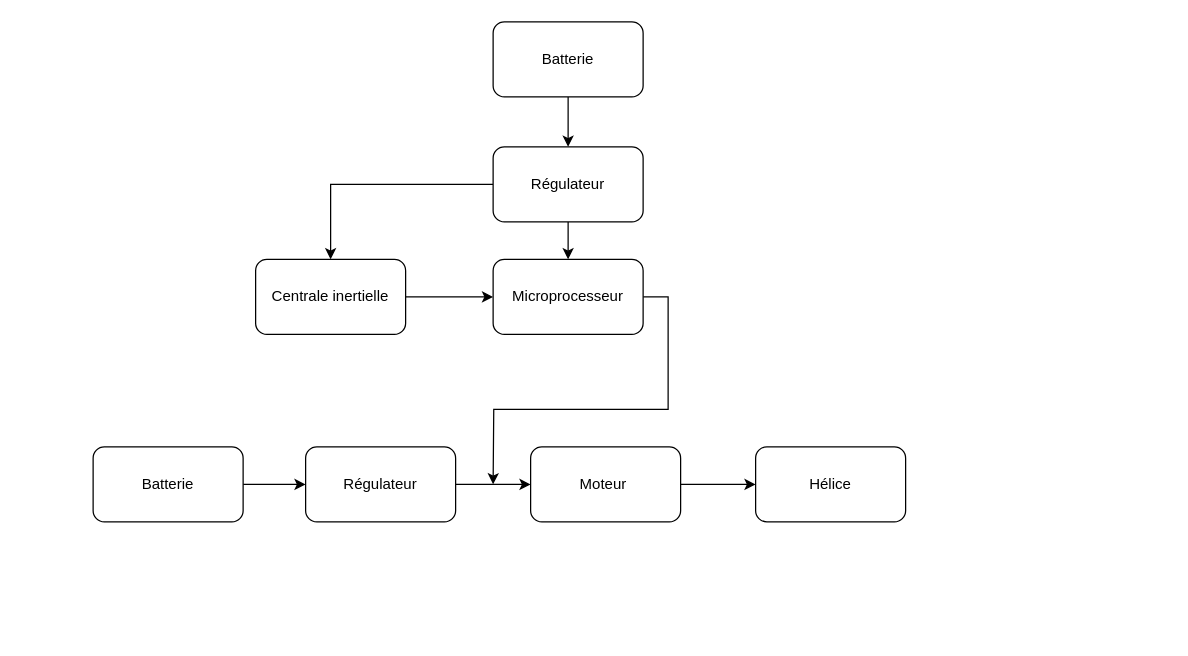
Before: Diagramme sans nom.drawio in 0reoAurelien/projet-hovercraft, a draw.io diagram. Source tidied: cells renumbered, new cells numbered last; positions are measured from the earlier drawing's top-left corner, leaving out a move shared by most shapes. Both pictures are drawn from the tidied source at 125%, with x=0, y=0 at pixel (92, 21).
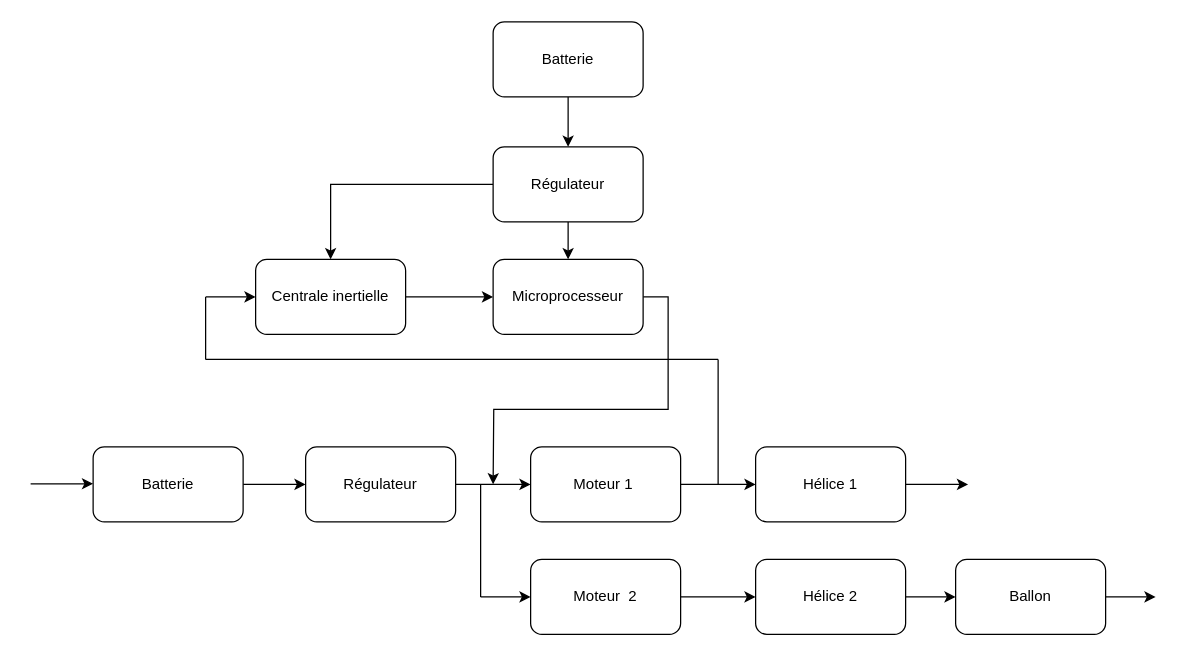
After the change.

The change refers to these unchanged cells:
```xml
<mxCell id="13" value="Régulateur" style="rounded=1;whiteSpace=wrap;html=1;" parent="1" vertex="1">
  <mxGeometry x="170" y="340" width="120" height="60" as="geometry" />
</mxCell>
```

Diff of the diagram source:
```diff
@@
-    <mxCell id="3" value="Moteur&amp;nbsp;" style="rounded=1;whiteSpace=wrap;html=1;" parent="1" vertex="1">
+    <mxCell id="3" value="Moteur 1&amp;nbsp;" style="rounded=1;whiteSpace=wrap;html=1;" parent="1" vertex="1">
       <mxGeometry x="350" y="340" width="120" height="60" as="geometry" />
     </mxCell>
@@
+    <mxCell id="18" style="edgeStyle=orthogonalEdgeStyle;rounded=0;jettySize=auto;html=1;exitX=1;exitY=0.5;exitDx=0;exitDy=0;" parent="1" edge="1" source="8">
+      <mxGeometry relative="1" as="geometry">
+        <mxPoint x="700" y="370" as="targetPoint" />
+      </mxGeometry>
+    </mxCell>
-    <mxCell id="8" value="Hélice" style="rounded=1;whiteSpace=wrap;html=1;" parent="1" vertex="1">
+    <mxCell id="8" value="Hélice 1" style="rounded=1;whiteSpace=wrap;html=1;" parent="1" vertex="1">
       <mxGeometry x="530" y="340" width="120" height="60" as="geometry" />
     </mxCell>
@@
     <mxCell id="12" style="edgeStyle=orthogonalEdgeStyle;rounded=0;jettySize=auto;html=1;exitX=1;exitY=0.5;exitDx=0;exitDy=0;entryX=0;entryY=0.5;entryDx=0;entryDy=0;" parent="1" edge="1" source="13" target="3">
-      <mxGeometry relative="1" as="geometry" />
+      <mxGeometry relative="1" as="geometry">
+        <Array as="points">
+          <mxPoint x="310" y="370" />
+          <mxPoint x="310" y="370" />
+        </Array>
+      </mxGeometry>
     </mxCell>
@@
+    <mxCell id="19" style="endArrow=classic;html=1;rounded=0;" parent="1" edge="1">
+      <mxGeometry relative="1" as="geometry">
+        <mxPoint x="90" y="220" as="sourcePoint" />
+        <mxPoint x="130" y="220" as="targetPoint" />
+      </mxGeometry>
+    </mxCell>
+    <mxCell id="20" style="endArrow=none;html=1;rounded=0;" parent="1" edge="1">
+      <mxGeometry relative="1" as="geometry">
+        <mxPoint x="90" y="270" as="sourcePoint" />
+        <mxPoint x="90" y="220" as="targetPoint" />
+      </mxGeometry>
+    </mxCell>
+    <mxCell id="21" style="endArrow=none;html=1;rounded=0;" parent="1" edge="1">
+      <mxGeometry relative="1" as="geometry">
+        <mxPoint x="90" y="270" as="sourcePoint" />
+        <mxPoint x="500" y="270" as="targetPoint" />
+      </mxGeometry>
+    </mxCell>
+    <mxCell id="22" style="endArrow=none;html=1;rounded=0;" parent="1" edge="1">
+      <mxGeometry relative="1" as="geometry">
+        <mxPoint x="500" y="370" as="sourcePoint" />
+        <mxPoint x="500" y="270" as="targetPoint" />
+      </mxGeometry>
+    </mxCell>
+    <mxCell id="23" style="endArrow=classic;html=1;rounded=0;" parent="1" edge="1">
+      <mxGeometry relative="1" as="geometry">
+        <mxPoint x="-50" y="369.5" as="sourcePoint" />
+        <mxPoint y="369.5" as="targetPoint" />
+      </mxGeometry>
+    </mxCell>
+    <mxCell id="24" style="edgeStyle=orthogonalEdgeStyle;rounded=0;jettySize=auto;html=1;exitX=1;exitY=0.5;exitDx=0;exitDy=0;entryX=0;entryY=0.5;entryDx=0;entryDy=0;" parent="1" edge="1" source="25" target="27">
+      <mxGeometry relative="1" as="geometry" />
+    </mxCell>
+    <mxCell id="25" value="Moteur &amp;nbsp;2" style="rounded=1;whiteSpace=wrap;html=1;" parent="1" vertex="1">
+      <mxGeometry x="350" y="430" width="120" height="60" as="geometry" />
+    </mxCell>
+    <mxCell id="26" style="edgeStyle=orthogonalEdgeStyle;rounded=0;jettySize=auto;html=1;exitX=1;exitY=0.5;exitDx=0;exitDy=0;entryX=0;entryY=0.5;entryDx=0;entryDy=0;" parent="1" edge="1" source="27" target="29">
+      <mxGeometry relative="1" as="geometry" />
+    </mxCell>
+    <mxCell id="27" value="Hélice 2" style="rounded=1;whiteSpace=wrap;html=1;" parent="1" vertex="1">
+      <mxGeometry x="530" y="430" width="120" height="60" as="geometry" />
+    </mxCell>
+    <mxCell id="28" style="edgeStyle=orthogonalEdgeStyle;rounded=0;jettySize=auto;html=1;exitX=1;exitY=0.5;exitDx=0;exitDy=0;" parent="1" edge="1" source="29">
+      <mxGeometry relative="1" as="geometry">
+        <mxPoint x="850" y="460" as="targetPoint" />
+      </mxGeometry>
+    </mxCell>
+    <mxCell id="29" value="Ballon" style="rounded=1;whiteSpace=wrap;html=1;" parent="1" vertex="1">
+      <mxGeometry x="690" y="430" width="120" height="60" as="geometry" />
+    </mxCell>
+    <mxCell id="30" style="endArrow=classic;html=1;rounded=0;" parent="1" edge="1">
+      <mxGeometry relative="1" as="geometry">
+        <mxPoint x="310" y="460" as="sourcePoint" />
+        <mxPoint x="350" y="460" as="targetPoint" />
+      </mxGeometry>
+    </mxCell>
+    <mxCell id="31" style="endArrow=none;html=1;rounded=0;" parent="1" edge="1">
+      <mxGeometry relative="1" as="geometry">
+        <mxPoint x="310" y="460" as="sourcePoint" />
+        <mxPoint x="310" y="370" as="targetPoint" />
+      </mxGeometry>
+    </mxCell>
```
